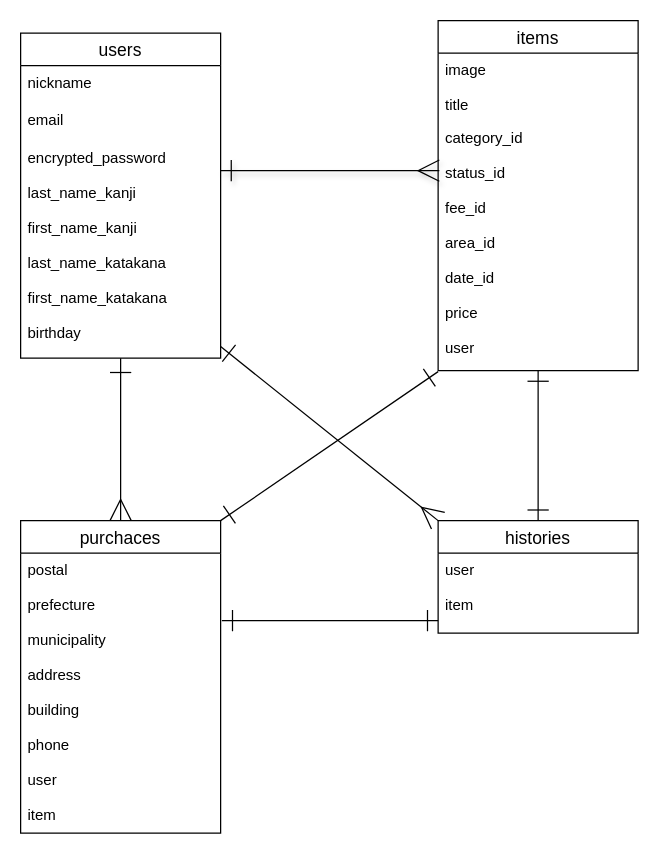
Before: er.dio in takeuchitakumi/furima-35565, a draw.io diagram. Source tidied: cells renumbered, new cells numbered last; positions are measured from the earlier drawing's top-left corner, leaving out a move shared by most shapes. Both pictures are drawn from the tidied source at 125%, with x=0, y=0 at pixel (20, 20).
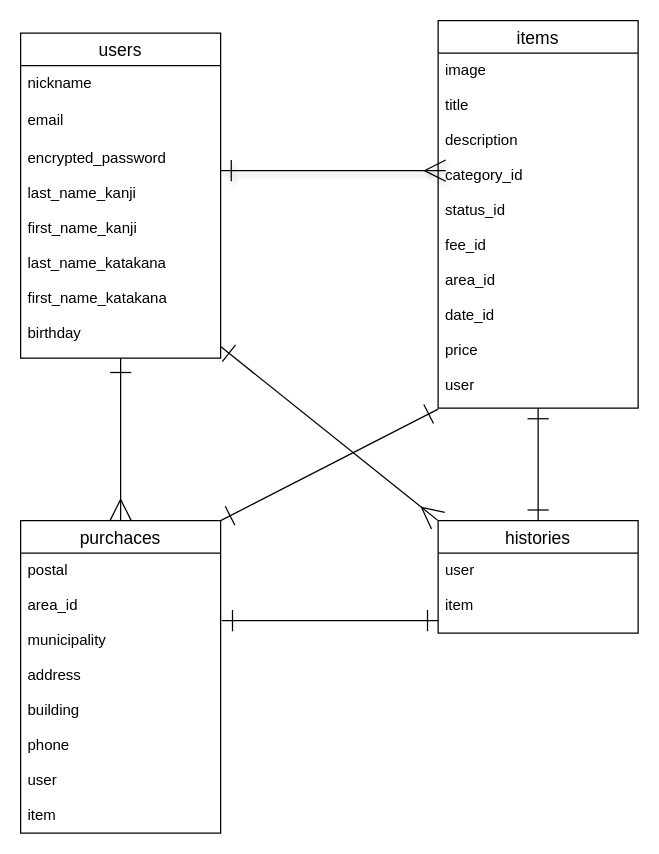
Above is the later version.

Commit message (it also covers changes not shown here):
データベース設計3

Unchanged cells that the change refers to:
```xml
<mxCell id="10" value="purchaces" style="swimlane;fontStyle=0;horizontal=1;startSize=26;align=center;fontSize=14;" parent="1" vertex="1">
  <mxGeometry y="400" width="160" height="250" as="geometry" />
</mxCell>
```

Change to the diagram source:
```diff
@@
     <mxCell id="7" value="items" style="swimlane;fontStyle=0;horizontal=1;startSize=26;align=center;fontSize=14;" parent="1" vertex="1">
-      <mxGeometry x="334" width="160" height="280" as="geometry" />
+      <mxGeometry x="334" width="160" height="310" as="geometry" />
     </mxCell>
-    <mxCell id="8" value="image&#10;&#10;title" style="text;strokeColor=none;fillColor=none;spacingLeft=4;spacingRight=4;overflow=hidden;fontSize=12;" parent="7" vertex="1">
-      <mxGeometry y="26" width="160" height="54" as="geometry" />
+    <mxCell id="8" value="image&#10;&#10;title&#10;&#10;description" style="text;strokeColor=none;fillColor=none;spacingLeft=4;spacingRight=4;overflow=hidden;fontSize=12;" parent="7" vertex="1">
+      <mxGeometry y="26" width="160" height="84" as="geometry" />
     </mxCell>
     <mxCell id="9" value="category_id&#10;&#10;status_id&#10;&#10;fee_id&#10;&#10;area_id&#10;&#10;date_id&#10;&#10;price&#10;&#10;user" style="text;strokeColor=none;fillColor=none;spacingLeft=4;spacingRight=4;overflow=hidden;points=[[0,0.5],[1,0.5]];portConstraint=eastwest;fontSize=12;" parent="7" vertex="1">
-      <mxGeometry y="80" width="160" height="200" as="geometry" />
+      <mxGeometry y="110" width="160" height="200" as="geometry" />
     </mxCell>
@@
-    <mxCell id="11" value="postal&#10;&#10;prefecture&#10;&#10;municipality&#10;&#10;address&#10;&#10;building&#10;&#10;phone&#10;&#10;user&#10;&#10;item" style="text;strokeColor=none;fillColor=none;spacingLeft=4;spacingRight=4;overflow=hidden;fontSize=12;" parent="10" vertex="1">
+    <mxCell id="11" value="postal&#10;&#10;area_id&#10;&#10;municipality&#10;&#10;address&#10;&#10;building&#10;&#10;phone&#10;&#10;user&#10;&#10;item" style="text;strokeColor=none;fillColor=none;spacingLeft=4;spacingRight=4;overflow=hidden;fontSize=12;" parent="10" vertex="1">
       <mxGeometry y="26" width="160" height="224" as="geometry" />
     </mxCell>
@@
-    <mxCell id="18" style="endArrow=ERmany;html=1;rounded=0;entryX=0.006;entryY=0.2;entryDx=0;entryDy=0;entryPerimeter=0;shadow=1;startArrow=ERone;startFill=0;endFill=0;endSize=15;startSize=15;" parent="1" edge="1" target="9">
+    <mxCell id="18" style="endArrow=ERmany;html=1;rounded=0;entryX=0.038;entryY=0.05;entryDx=0;entryDy=0;entryPerimeter=0;shadow=1;startArrow=ERone;startFill=0;endFill=0;endSize=15;startSize=15;" parent="1" edge="1" target="9">
       <mxGeometry relative="1" as="geometry">
         <mxPoint x="160" y="120" as="sourcePoint" />
       </mxGeometry>
     </mxCell>
```
